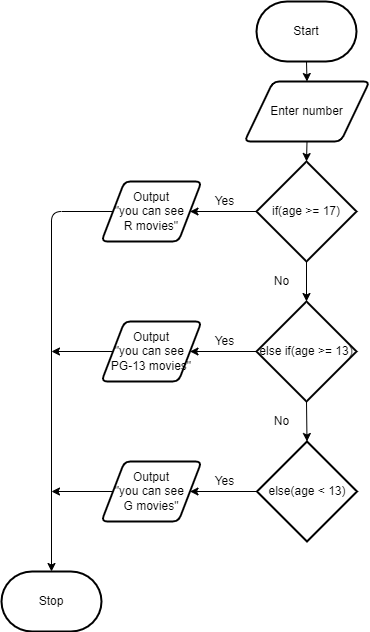
Evgeny-Vovk/ICS2O-Unit5-03-HTML keeps this draw.io diagram as design/flowchart.png. Above is the earlier version. Source tidied: cells renumbered, new cells last; positions are measured from the earlier drawing's top-left corner, leaving out a move shared by most shapes. Its diagram source:
```xml
<mxGraphModel>
  <root>
    <mxCell id="0" />
    <mxCell id="1" parent="0" />
    <mxCell id="2" value="Stop" style="strokeWidth=2;html=1;shape=mxgraph.flowchart.terminator;whiteSpace=wrap;" parent="1" vertex="1">
      <mxGeometry y="570" width="100" height="60" as="geometry" />
    </mxCell>
    <mxCell id="3" style="edgeStyle=none;html=1;exitX=0.5;exitY=1;exitDx=0;exitDy=0;exitPerimeter=0;entryX=0.5;entryY=0;entryDx=0;entryDy=0;" parent="1" edge="1" source="4" target="6">
      <mxGeometry relative="1" as="geometry" />
    </mxCell>
    <mxCell id="4" value="Start" style="strokeWidth=2;html=1;shape=mxgraph.flowchart.terminator;whiteSpace=wrap;" parent="1" vertex="1">
      <mxGeometry x="255" width="100" height="60" as="geometry" />
    </mxCell>
    <mxCell id="5" style="edgeStyle=none;html=1;exitX=0.5;exitY=1;exitDx=0;exitDy=0;entryX=0.5;entryY=0;entryDx=0;entryDy=0;entryPerimeter=0;" parent="1" edge="1" source="6" target="9">
      <mxGeometry relative="1" as="geometry" />
    </mxCell>
    <mxCell id="6" value="Enter number" style="shape=parallelogram;html=1;strokeWidth=2;perimeter=parallelogramPerimeter;whiteSpace=wrap;rounded=1;arcSize=12;size=0.23;" parent="1" vertex="1">
      <mxGeometry x="243" y="80" width="125" height="60" as="geometry" />
    </mxCell>
    <mxCell id="7" style="edgeStyle=none;html=1;entryX=1;entryY=0.5;entryDx=0;entryDy=0;" parent="1" edge="1" source="9" target="11">
      <mxGeometry relative="1" as="geometry" />
    </mxCell>
    <mxCell id="8" style="edgeStyle=none;html=1;exitX=0.5;exitY=1;exitDx=0;exitDy=0;exitPerimeter=0;entryX=0.5;entryY=0;entryDx=0;entryDy=0;entryPerimeter=0;" parent="1" edge="1" source="9" target="16">
      <mxGeometry relative="1" as="geometry" />
    </mxCell>
    <mxCell id="9" value="if(age &amp;gt;= 17)" style="strokeWidth=2;html=1;shape=mxgraph.flowchart.decision;whiteSpace=wrap;" parent="1" vertex="1">
      <mxGeometry x="255" y="160" width="100" height="100" as="geometry" />
    </mxCell>
    <mxCell id="10" style="edgeStyle=none;html=1;exitX=0;exitY=0.5;exitDx=0;exitDy=0;entryX=0.5;entryY=0;entryDx=0;entryDy=0;entryPerimeter=0;" parent="1" edge="1" source="11" target="2">
      <mxGeometry relative="1" as="geometry">
        <Array as="points">
          <mxPoint x="50" y="210" />
        </Array>
      </mxGeometry>
    </mxCell>
    <mxCell id="11" value="Output&lt;br&gt;&quot;you can see &lt;br&gt;R movies&quot;" style="shape=parallelogram;html=1;strokeWidth=2;perimeter=parallelogramPerimeter;whiteSpace=wrap;rounded=1;arcSize=12;size=0.23;" parent="1" vertex="1">
      <mxGeometry x="100" y="180" width="100" height="60" as="geometry" />
    </mxCell>
    <mxCell id="12" value="Yes" style="text;html=1;align=center;verticalAlign=middle;strokeColor=none;fillColor=none;" parent="1" vertex="1">
      <mxGeometry x="203" y="190" width="40" height="20" as="geometry" />
    </mxCell>
    <mxCell id="13" value="No" style="text;html=1;align=center;verticalAlign=middle;strokeColor=none;fillColor=none;" parent="1" vertex="1">
      <mxGeometry x="265" y="270" width="30" height="20" as="geometry" />
    </mxCell>
    <mxCell id="14" style="edgeStyle=none;html=1;exitX=0;exitY=0.5;exitDx=0;exitDy=0;exitPerimeter=0;entryX=1;entryY=0.5;entryDx=0;entryDy=0;" parent="1" edge="1" source="16" target="18">
      <mxGeometry relative="1" as="geometry" />
    </mxCell>
    <mxCell id="15" style="edgeStyle=none;html=1;exitX=0.5;exitY=1;exitDx=0;exitDy=0;exitPerimeter=0;entryX=0.5;entryY=0;entryDx=0;entryDy=0;entryPerimeter=0;" parent="1" edge="1" source="16" target="21">
      <mxGeometry relative="1" as="geometry" />
    </mxCell>
    <mxCell id="16" value="else if(age &amp;gt;= 13)" style="strokeWidth=2;html=1;shape=mxgraph.flowchart.decision;whiteSpace=wrap;" parent="1" vertex="1">
      <mxGeometry x="255" y="300" width="100" height="100" as="geometry" />
    </mxCell>
    <mxCell id="17" style="edgeStyle=none;html=1;exitX=0;exitY=0.5;exitDx=0;exitDy=0;" parent="1" edge="1" source="18">
      <mxGeometry relative="1" as="geometry">
        <mxPoint x="50" y="350" as="targetPoint" />
      </mxGeometry>
    </mxCell>
    <mxCell id="18" value="Output&lt;br&gt;&quot;you can see &lt;br&gt;PG-13 movies&quot;" style="shape=parallelogram;html=1;strokeWidth=2;perimeter=parallelogramPerimeter;whiteSpace=wrap;rounded=1;arcSize=12;size=0.23;" parent="1" vertex="1">
      <mxGeometry x="100" y="320" width="100" height="60" as="geometry" />
    </mxCell>
    <mxCell id="19" value="Yes" style="text;html=1;align=center;verticalAlign=middle;strokeColor=none;fillColor=none;" parent="1" vertex="1">
      <mxGeometry x="203" y="330" width="40" height="20" as="geometry" />
    </mxCell>
    <mxCell id="20" style="edgeStyle=none;html=1;exitX=0;exitY=0.5;exitDx=0;exitDy=0;exitPerimeter=0;" parent="1" edge="1" source="21" target="23">
      <mxGeometry relative="1" as="geometry" />
    </mxCell>
    <mxCell id="21" value="else(age &amp;lt; 13)" style="strokeWidth=2;html=1;shape=mxgraph.flowchart.decision;whiteSpace=wrap;" parent="1" vertex="1">
      <mxGeometry x="255.5" y="440" width="100" height="100" as="geometry" />
    </mxCell>
    <mxCell id="22" style="edgeStyle=none;html=1;exitX=0;exitY=0.5;exitDx=0;exitDy=0;" parent="1" edge="1" source="23">
      <mxGeometry relative="1" as="geometry">
        <mxPoint x="50" y="490" as="targetPoint" />
      </mxGeometry>
    </mxCell>
    <mxCell id="23" value="Output&lt;br&gt;&quot;you can see &lt;br&gt;G movies&quot;" style="shape=parallelogram;html=1;strokeWidth=2;perimeter=parallelogramPerimeter;whiteSpace=wrap;rounded=1;arcSize=12;size=0.23;" parent="1" vertex="1">
      <mxGeometry x="100" y="460" width="100" height="60" as="geometry" />
    </mxCell>
    <mxCell id="24" value="No" style="text;html=1;align=center;verticalAlign=middle;strokeColor=none;fillColor=none;" parent="1" vertex="1">
      <mxGeometry x="265" y="410" width="30" height="20" as="geometry" />
    </mxCell>
    <mxCell id="25" value="Yes" style="text;html=1;align=center;verticalAlign=middle;strokeColor=none;fillColor=none;" parent="1" vertex="1">
      <mxGeometry x="203" y="470" width="40" height="20" as="geometry" />
    </mxCell>
  </root>
</mxGraphModel>
```
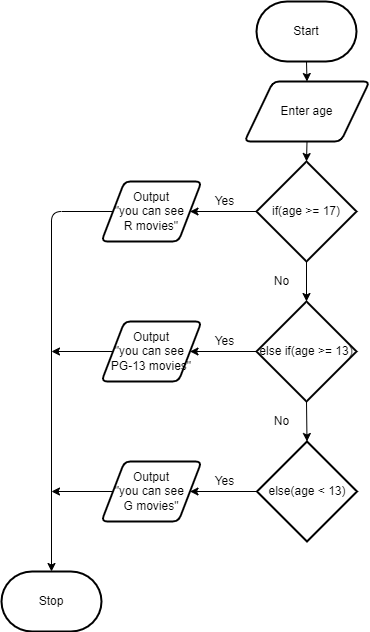
The same diagram one commit later.

Change to the diagram source:
```diff
@@ -14,7 +14,7 @@
     <mxCell id="5" style="edgeStyle=none;html=1;exitX=0.5;exitY=1;exitDx=0;exitDy=0;entryX=0.5;entryY=0;entryDx=0;entryDy=0;entryPerimeter=0;" parent="1" edge="1" source="6" target="9">
       <mxGeometry relative="1" as="geometry" />
     </mxCell>
-    <mxCell id="6" value="Enter number" style="shape=parallelogram;html=1;strokeWidth=2;perimeter=parallelogramPerimeter;whiteSpace=wrap;rounded=1;arcSize=12;size=0.23;" parent="1" vertex="1">
+    <mxCell id="6" value="Enter age" style="shape=parallelogram;html=1;strokeWidth=2;perimeter=parallelogramPerimeter;whiteSpace=wrap;rounded=1;arcSize=12;size=0.23;" parent="1" vertex="1">
       <mxGeometry x="243" y="80" width="125" height="60" as="geometry" />
     </mxCell>
     <mxCell id="7" style="edgeStyle=none;html=1;entryX=1;entryY=0.5;entryDx=0;entryDy=0;" parent="1" edge="1" source="9" target="11">
```
